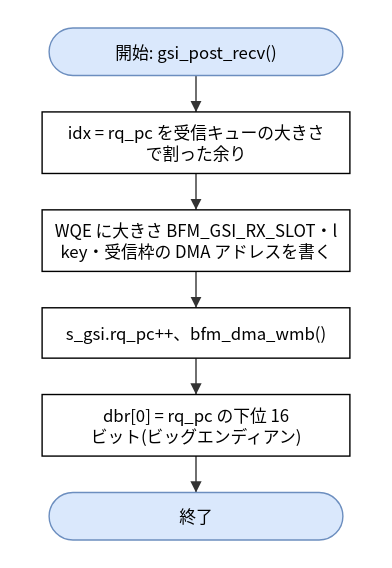
The draw.io diagram doc/spec/images/flow_src_bfm_cm-gsi_post_recv.drawio.svg in hf355051012-ai/bfmem, before a commit. Source tidied: cells renumbered, new cells last; positions are measured from the earlier drawing's top-left corner, leaving out a move shared by most shapes.
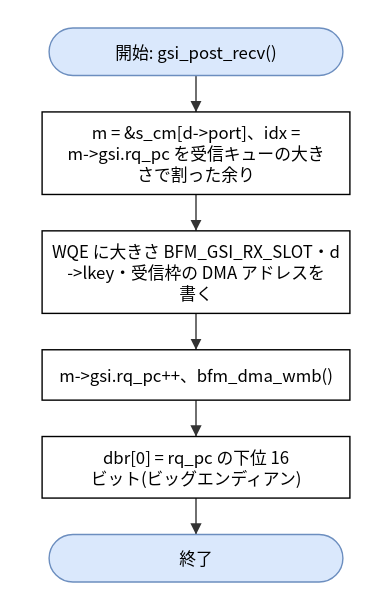
The same diagram one commit later.

The edit, as a diff of the source:
```diff
@@ -5,20 +5,20 @@
     <mxCell id="2" value="開始: gsi_post_recv()" style="rounded=1;arcSize=50;whiteSpace=wrap;html=1;fillColor=#dae8fc;strokeColor=#6c8ebf;" parent="1" vertex="1">
       <mxGeometry x="5" width="210" height="34" as="geometry" />
     </mxCell>
-    <mxCell id="3" value="idx = rq_pc を受信キューの大きさ&lt;br&gt;で割った余り" style="rounded=0;whiteSpace=wrap;html=1;" parent="1" vertex="1">
-      <mxGeometry y="60" width="220" height="44" as="geometry" />
+    <mxCell id="3" value="m = &amp;amp;s_cm[d-&amp;gt;port]、idx =&lt;br&gt;m-&amp;gt;gsi.rq_pc を受信キューの大き&lt;br&gt;さで割った余り" style="rounded=0;whiteSpace=wrap;html=1;" parent="1" vertex="1">
+      <mxGeometry y="60" width="220" height="59" as="geometry" />
     </mxCell>
-    <mxCell id="4" value="WQE に大きさ BFM_GSI_RX_SLOT・l&lt;br&gt;key・受信枠の DMA アドレスを書く" style="rounded=0;whiteSpace=wrap;html=1;" parent="1" vertex="1">
-      <mxGeometry y="130" width="220" height="44" as="geometry" />
+    <mxCell id="4" value="WQE に大きさ BFM_GSI_RX_SLOT・d&lt;br&gt;-&amp;gt;lkey・受信枠の DMA アドレスを&lt;br&gt;書く" style="rounded=0;whiteSpace=wrap;html=1;" parent="1" vertex="1">
+      <mxGeometry y="145" width="220" height="59" as="geometry" />
     </mxCell>
-    <mxCell id="5" value="s_gsi.rq_pc++、bfm_dma_wmb()" style="rounded=0;whiteSpace=wrap;html=1;" parent="1" vertex="1">
-      <mxGeometry y="200" width="220" height="36" as="geometry" />
+    <mxCell id="5" value="m-&amp;gt;gsi.rq_pc++、bfm_dma_wmb()" style="rounded=0;whiteSpace=wrap;html=1;" parent="1" vertex="1">
+      <mxGeometry y="230" width="220" height="36" as="geometry" />
     </mxCell>
     <mxCell id="6" value="dbr[0] = rq_pc の下位 16&lt;br&gt;ビット(ビッグエンディアン)" style="rounded=0;whiteSpace=wrap;html=1;" parent="1" vertex="1">
-      <mxGeometry y="262" width="220" height="44" as="geometry" />
+      <mxGeometry y="292" width="220" height="44" as="geometry" />
     </mxCell>
     <mxCell id="7" value="終了" style="rounded=1;arcSize=50;whiteSpace=wrap;html=1;fillColor=#dae8fc;strokeColor=#6c8ebf;" parent="1" vertex="1">
-      <mxGeometry x="5" y="332" width="210" height="34" as="geometry" />
+      <mxGeometry x="5" y="362" width="210" height="34" as="geometry" />
     </mxCell>
     <mxCell id="8" style="edgeStyle=none;html=1;rounded=0;endArrow=block;endFill=1;exitX=0.5000;exitY=1.0000;exitDx=0;exitDy=0;exitPerimeter=0;entryX=0.5000;entryY=0.0000;entryDx=0;entryDy=0;entryPerimeter=0;" parent="1" edge="1" source="2" target="3">
       <mxGeometry relative="1" as="geometry" />
```
